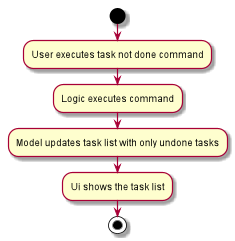
Above: docs/images/TaskListUndoneActivityDiagram.png in zixinn/main (PlantUML), before the change.
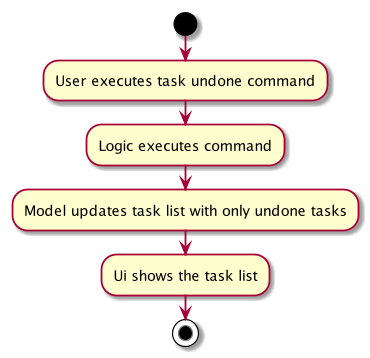
The same file after the commit.

Change to the diagram source:
```diff
@@ -1,6 +1,6 @@
 @startuml
 start
-:User executes task not done command;
+:User executes task undone command;
 :Logic executes command;
 :Model updates task list with only undone tasks;
 :Ui shows the task list;
```
